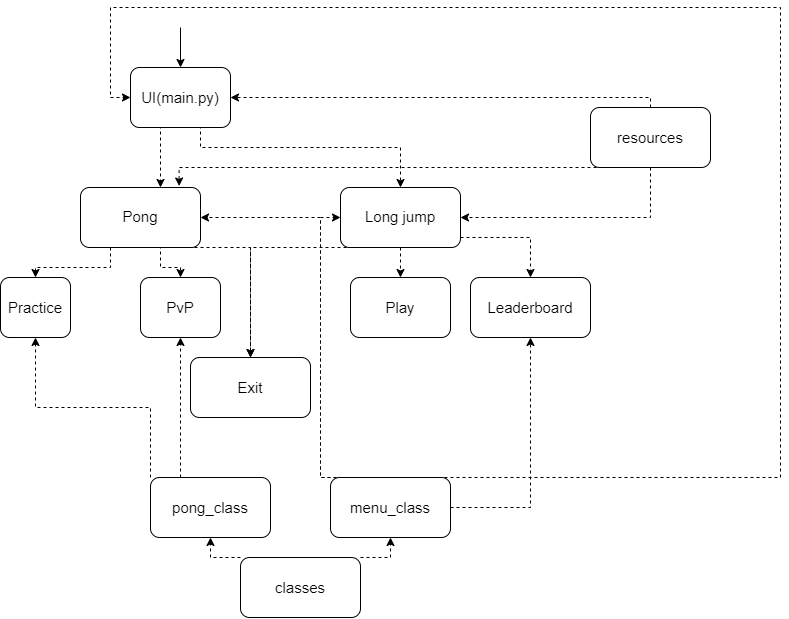
This is dokumentaatio/kuvat/arkkitehtuuri.png from KirinPoersti/ot-harjoitustyo, a draw.io export, as it was before one commit. Source tidied: cells renumbered, new cells last; positions are measured from the earlier drawing's top-left corner, leaving out a move shared by most shapes.
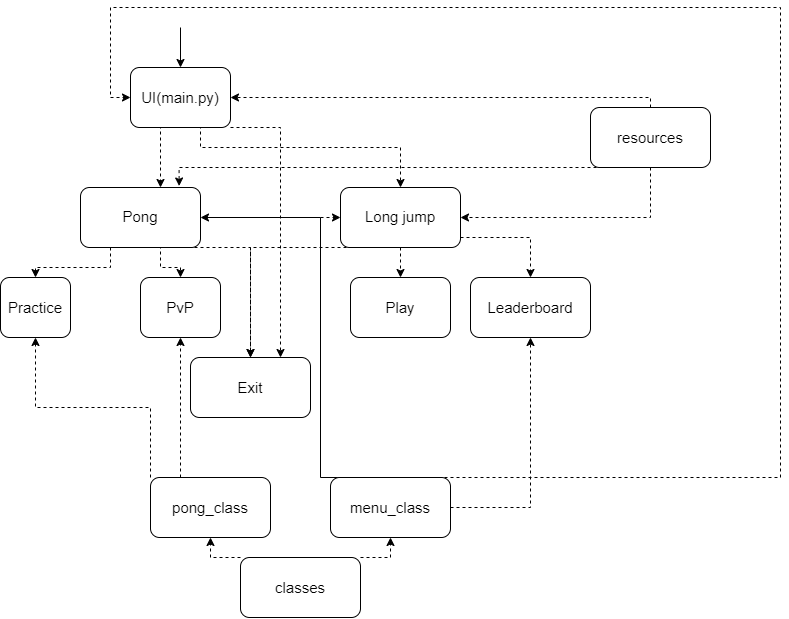
After the change.

What changed in the source:
```diff
@@ -18,6 +18,13 @@
         </Array>
       </mxGeometry>
     </mxCell>
+    <mxCell id="34" style="edgeStyle=orthogonalEdgeStyle;rounded=0;jettySize=auto;html=1;exitX=1;exitY=1;exitDx=0;exitDy=0;entryX=0.75;entryY=0;entryDx=0;entryDy=0;dashed=1;" parent="1" edge="1" source="4" target="16">
+      <mxGeometry relative="1" as="geometry">
+        <Array as="points">
+          <mxPoint x="280" y="120" />
+        </Array>
+      </mxGeometry>
+    </mxCell>
     <mxCell id="4" value="&lt;font style=&quot;font-size: 15px;&quot;&gt;UI(main.py)&lt;/font&gt;" style="rounded=1;whiteSpace=wrap;html=1;" parent="1" vertex="1">
       <mxGeometry x="130" y="60" width="100" height="60" as="geometry" />
     </mxCell>
@@ -70,7 +77,6 @@
     <mxCell id="11" style="edgeStyle=orthogonalEdgeStyle;rounded=0;jettySize=auto;html=1;exitX=0.25;exitY=1;exitDx=0;exitDy=0;entryX=0.5;entryY=0;entryDx=0;entryDy=0;dashed=1;fontSize=15;" parent="1" edge="1" source="12" target="16">
       <mxGeometry relative="1" as="geometry">
         <Array as="points">
-          <mxPoint x="370" y="240" />
           <mxPoint x="250" y="240" />
         </Array>
       </mxGeometry>
@@ -141,7 +147,7 @@
     <mxCell id="28" value="pong_class" style="rounded=1;whiteSpace=wrap;html=1;fontSize=15;" parent="1" vertex="1">
       <mxGeometry x="150" y="470" width="120" height="60" as="geometry" />
     </mxCell>
-    <mxCell id="29" style="edgeStyle=orthogonalEdgeStyle;rounded=0;jettySize=auto;html=1;exitX=0.5;exitY=0;exitDx=0;exitDy=0;entryX=1;entryY=0.5;entryDx=0;entryDy=0;dashed=1;fontSize=15;" parent="1" edge="1" source="33" target="8">
+    <mxCell id="29" style="edgeStyle=orthogonalEdgeStyle;rounded=0;jettySize=auto;html=1;exitX=0.5;exitY=0;exitDx=0;exitDy=0;entryX=1;entryY=0.5;entryDx=0;entryDy=0;fontSize=15;" parent="1" edge="1" source="33" target="8">
       <mxGeometry relative="1" as="geometry">
         <Array as="points">
           <mxPoint x="320" y="470" />
```
